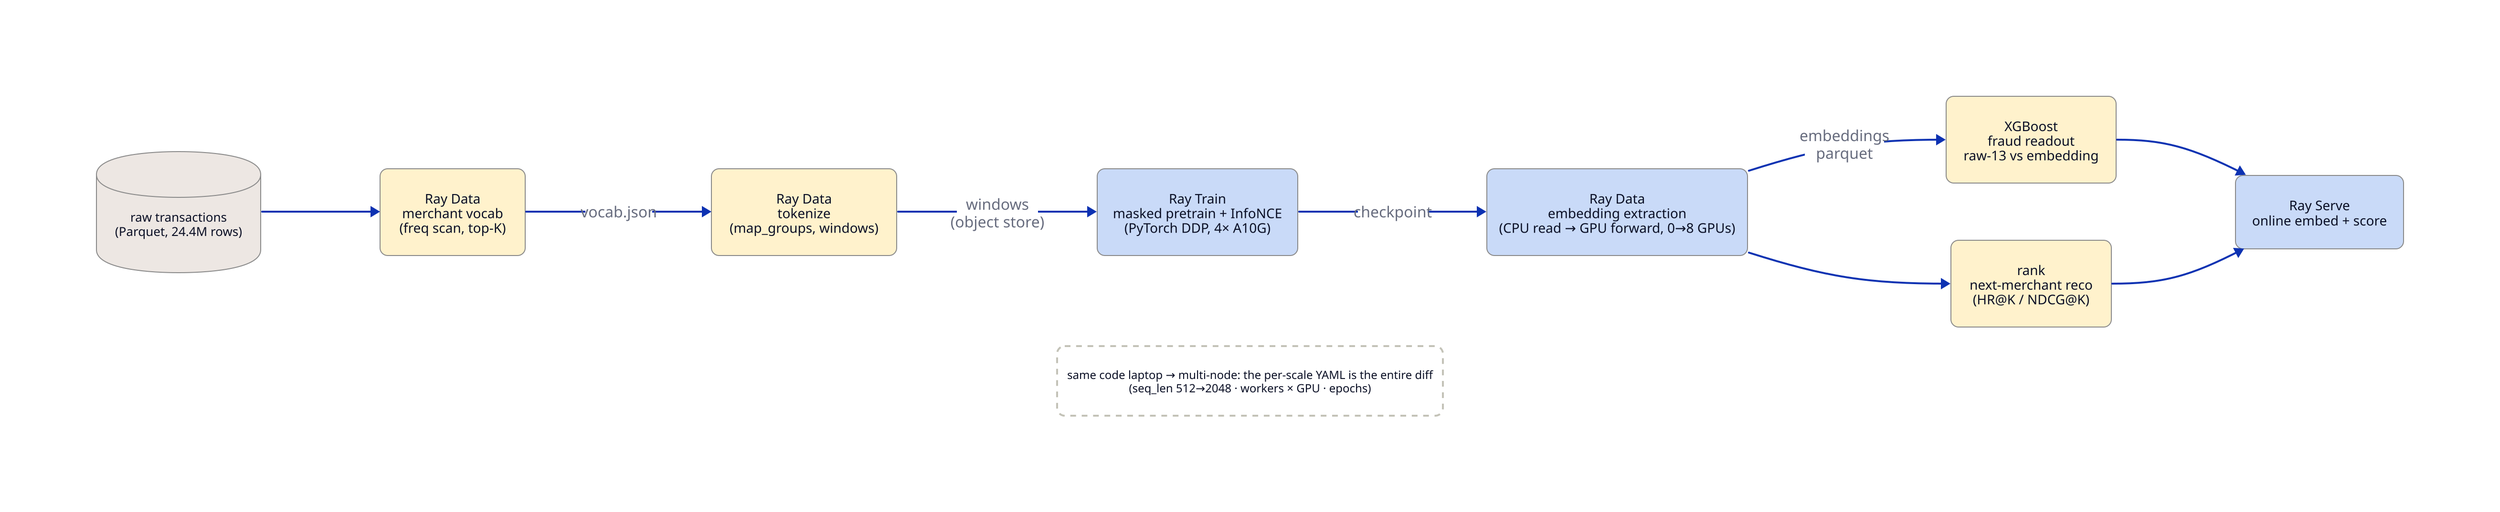
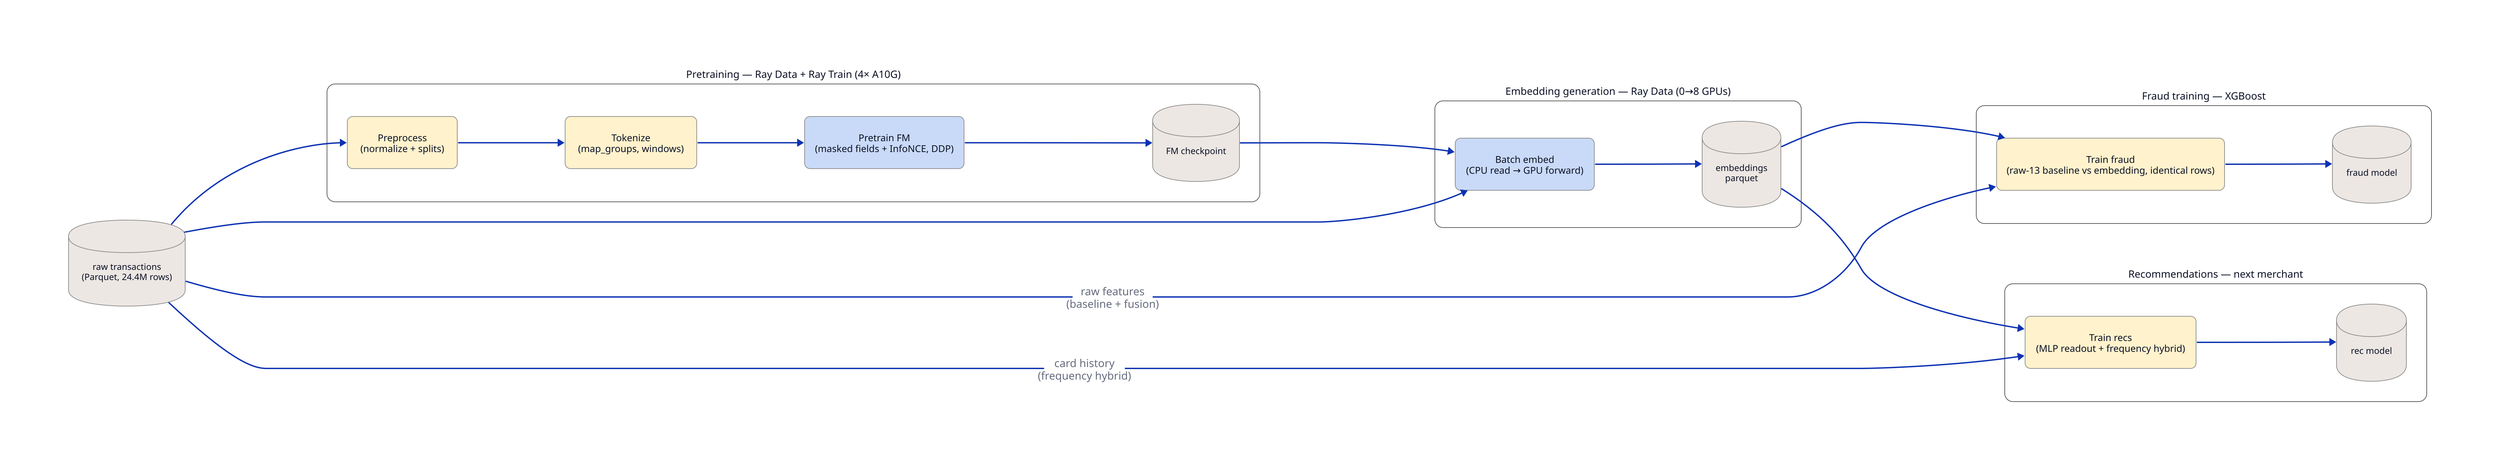
- # Transaction-FM pipeline — Anyscale house style (flat 2D, pastel fills,
- # pale yellow = CPU stage, pale blue = GPU stage, cylinder = durable storage).
- # Render: d2 --pad 24 architecture.d2 out.svg
+ # Transaction-FM pipeline — three-consumer layout (Geoff's sketch, 2026-07-16).
+ # House style: flat 2D, pale yellow = CPU stage, pale blue = GPU stage,
+ # cylinder = durable artifact. Render: d2 --pad 24 architecture.d2 out.svg

direction: right

classes: {
  cpu: {style: {fill: "#fff2cc"; stroke: "#8a8a8a"; stroke-width: 1; border-radius: 8; font-size: 14}}
  gpu: {style: {fill: "#c9daf8"; stroke: "#8a8a8a"; stroke-width: 1; border-radius: 8; font-size: 14}}
-   store: {shape: cylinder; style: {fill: "#ede7e3"; stroke: "#8a8a8a"; stroke-width: 1; font-size: 13}}
-   knob: {style: {fill: "#ffffff"; stroke: "#c3c2b7"; stroke-dash: 3; border-radius: 8; font-size: 12}}
+   art: {shape: cylinder; style: {fill: "#ede7e3"; stroke: "#8a8a8a"; stroke-width: 1; font-size: 13}}
+   box: {style: {stroke: "#52514e"; stroke-width: 1; border-radius: 12; fill: "#ffffff"; font-size: 15}}
}

- raw: "raw transactions\n(Parquet, 24.4M rows)" {class: store}
+ data: "raw transactions\n(Parquet, 24.4M rows)" {class: art}

- vocab: "Ray Data\nmerchant vocab\n(freq scan, top-K)" {class: cpu}
- tokenize: "Ray Data\ntokenize\n(map_groups, windows)" {class: cpu}
- pretrain: "Ray Train\nmasked pretrain + InfoNCE\n(PyTorch DDP, 4× A10G)" {class: gpu}
- embed: "Ray Data\nembedding extraction\n(CPU read → GPU forward, 0→8 GPUs)" {class: gpu}
- fraud: "XGBoost\nfraud readout\nraw-13 vs embedding" {class: cpu}
- reco: "rank\nnext-merchant reco\n(HR@K / NDCG@K)" {class: cpu}
- serve: "Ray Serve\nonline embed + score" {class: gpu}
+ pre: "Pretraining — Ray Data + Ray Train (4× A10G)" {
+   class: box
+   direction: right
+   preprocess: "Preprocess\n(normalize + splits)" {class: cpu}
+   tokenize: "Tokenize\n(map_groups, windows)" {class: cpu}
+   pretrain: "Pretrain FM\n(masked fields + InfoNCE, DDP)" {class: gpu}
+   fm: "FM checkpoint" {class: art}
+   preprocess -> tokenize -> pretrain -> fm
+ }

- raw -> vocab
- vocab -> tokenize: "vocab.json"
- tokenize -> pretrain: "windows\n(object store)"
- pretrain -> embed: "checkpoint"
- embed -> fraud: "embeddings\nparquet"
- embed -> reco
- fraud -> serve
- reco -> serve
+ embgen: "Embedding generation — Ray Data (0→8 GPUs)" {
+   class: box
+   direction: right
+   embed: "Batch embed\n(CPU read → GPU forward)" {class: gpu}
+   embs: "embeddings\nparquet" {class: art}
+   embed -> embs
+ }

- knobs: "same code laptop → multi-node: the per-scale YAML is the entire diff\n(seq_len 512→2048 · workers × GPU · epochs)" {class: knob; near: bottom-center}
+ fraud: "Fraud training — XGBoost" {
+   class: box
+   direction: right
+   train: "Train fraud\n(raw-13 baseline vs embedding, identical rows)" {class: cpu}
+   model: "fraud model" {class: art}
+   train -> model
+ }
+ 
+ recs: "Recommendations — next merchant" {
+   class: box
+   direction: right
+   train: "Train recs\n(MLP readout + frequency hybrid)" {class: cpu}
+   model: "rec model" {class: art}
+   train -> model
+ }
+ 
+ data -> pre.preprocess
+ pre.fm -> embgen.embed
+ data -> embgen.embed
+ embgen.embs -> fraud.train
+ data -> fraud.train: "raw features\n(baseline + fusion)"
+ embgen.embs -> recs.train
+ data -> recs.train: "card history\n(frequency hybrid)"
